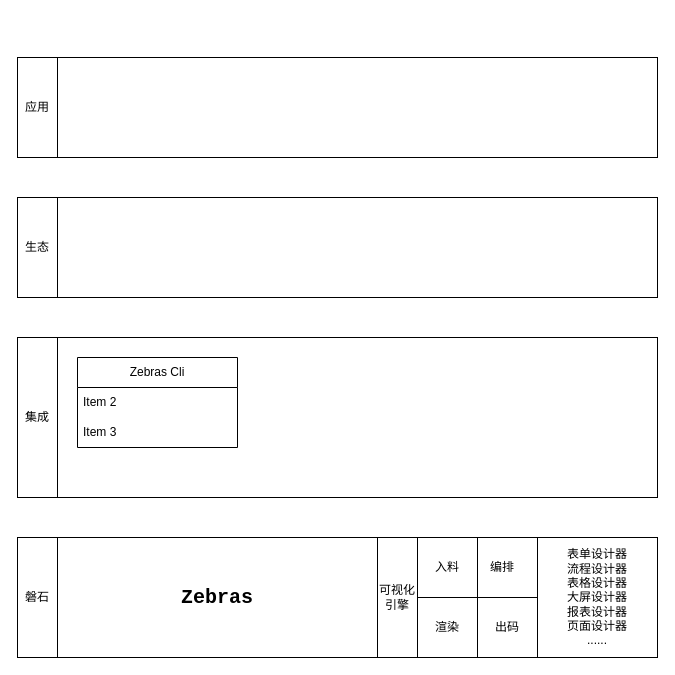
Earlier version of the draw.io diagram 低代码—架构.drawio (tangyaosimida/love). Source tidied: cells renumbered, new cells numbered last; positions are measured from the earlier drawing's top-left corner, leaving out a move shared by most shapes. Both pictures are drawn from the tidied source at 100%, with x=0, y=0 at pixel (17, 57).
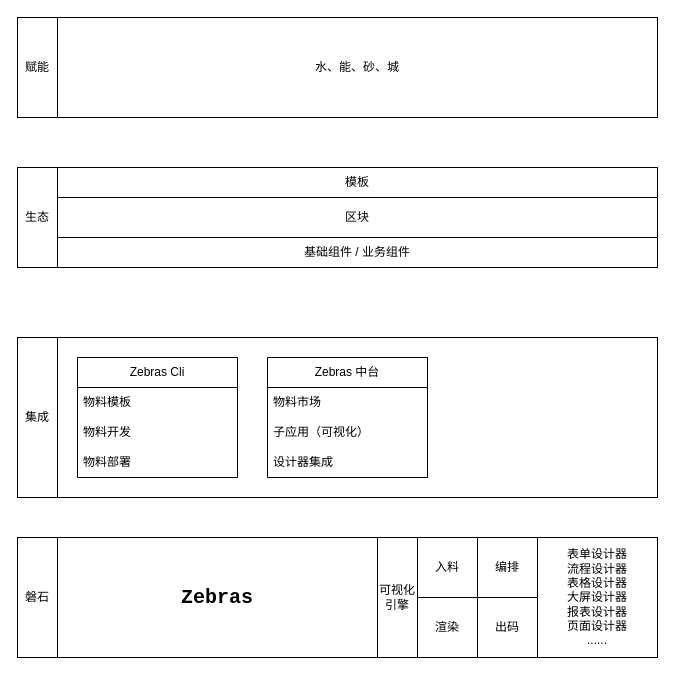
The same page after the edit.

Commit message (it also covers changes not shown here):
更新低代码—架构.drawio

What changed in the source:
```diff
@@
     <mxCell id="6" style="rounded=0;whiteSpace=wrap;html=1;" parent="1" vertex="1">
-      <mxGeometry x="40" y="140" width="600" height="100" as="geometry" />
+      <mxGeometry x="40" y="110" width="600" height="100" as="geometry" />
     </mxCell>
     <mxCell id="7" value="生态" style="rounded=0;whiteSpace=wrap;html=1;" parent="1" vertex="1">
-      <mxGeometry y="140" width="40" height="100" as="geometry" />
+      <mxGeometry y="110" width="40" height="100" as="geometry" />
     </mxCell>
-    <mxCell id="8" style="rounded=0;whiteSpace=wrap;html=1;" parent="1" vertex="1">
-      <mxGeometry x="40" width="600" height="100" as="geometry" />
+    <mxCell id="8" value="水、能、砂、城" style="rounded=0;whiteSpace=wrap;html=1;" parent="1" vertex="1">
+      <mxGeometry x="40" y="-40" width="600" height="100" as="geometry" />
     </mxCell>
-    <mxCell id="9" value="应用" style="rounded=0;whiteSpace=wrap;html=1;" parent="1" vertex="1">
-      <mxGeometry width="40" height="100" as="geometry" />
+    <mxCell id="9" value="赋能" style="rounded=0;whiteSpace=wrap;html=1;" parent="1" vertex="1">
+      <mxGeometry y="-40" width="40" height="100" as="geometry" />
     </mxCell>
@@
     <mxCell id="12" value="编排" style="rounded=0;whiteSpace=wrap;html=1;" parent="1" vertex="1">
-      <mxGeometry x="450" y="480" width="70" height="60" as="geometry" />
+      <mxGeometry x="460" y="480" width="60" height="60" as="geometry" />
     </mxCell>
@@
     <mxCell id="18" value="Zebras Cli" style="swimlane;fontStyle=0;horizontal=1;startSize=30;whiteSpace=wrap;html=1;" parent="1" vertex="1">
-      <mxGeometry x="60" y="300" width="160" height="90" as="geometry" />
+      <mxGeometry x="60" y="300" width="160" height="120" as="geometry" />
     </mxCell>
+    <mxCell id="21" value="物料模板" style="text;strokeColor=none;fillColor=none;align=left;verticalAlign=middle;spacingLeft=4;spacingRight=4;overflow=hidden;whiteSpace=wrap;html=1;" parent="18" vertex="1">
+      <mxGeometry y="30" width="160" height="30" as="geometry" />
+    </mxCell>
-    <mxCell id="19" value="Item 2" style="text;strokeColor=none;fillColor=none;align=left;verticalAlign=middle;spacingLeft=4;spacingRight=4;overflow=hidden;whiteSpace=wrap;html=1;" parent="18" vertex="1">
-      <mxGeometry y="30" width="160" height="30" as="geometry" />
+    <mxCell id="19" value="物料开发" style="text;strokeColor=none;fillColor=none;align=left;verticalAlign=middle;spacingLeft=4;spacingRight=4;overflow=hidden;whiteSpace=wrap;html=1;" parent="18" vertex="1">
+      <mxGeometry y="60" width="160" height="30" as="geometry" />
     </mxCell>
-    <mxCell id="20" value="Item 3" style="text;strokeColor=none;fillColor=none;align=left;verticalAlign=middle;spacingLeft=4;spacingRight=4;overflow=hidden;whiteSpace=wrap;html=1;" parent="18" vertex="1">
-      <mxGeometry y="60" width="160" height="30" as="geometry" />
+    <mxCell id="20" value="物料部署" style="text;strokeColor=none;fillColor=none;align=left;verticalAlign=middle;spacingLeft=4;spacingRight=4;overflow=hidden;whiteSpace=wrap;html=1;" parent="18" vertex="1">
+      <mxGeometry y="90" width="160" height="30" as="geometry" />
     </mxCell>
+    <mxCell id="22" value="Zebras 中台" style="swimlane;fontStyle=0;horizontal=1;startSize=30;whiteSpace=wrap;html=1;" parent="1" vertex="1">
+      <mxGeometry x="250" y="300" width="160" height="120" as="geometry" />
+    </mxCell>
+    <mxCell id="23" value="物料市场" style="text;strokeColor=none;fillColor=none;align=left;verticalAlign=middle;spacingLeft=4;spacingRight=4;overflow=hidden;whiteSpace=wrap;html=1;" parent="22" vertex="1">
+      <mxGeometry y="30" width="160" height="30" as="geometry" />
+    </mxCell>
+    <mxCell id="24" value="子应用（可视化）" style="text;strokeColor=none;fillColor=none;align=left;verticalAlign=middle;spacingLeft=4;spacingRight=4;overflow=hidden;whiteSpace=wrap;html=1;" parent="22" vertex="1">
+      <mxGeometry y="60" width="160" height="30" as="geometry" />
+    </mxCell>
+    <mxCell id="25" value="设计器集成" style="text;strokeColor=none;fillColor=none;align=left;verticalAlign=middle;spacingLeft=4;spacingRight=4;overflow=hidden;whiteSpace=wrap;html=1;" parent="22" vertex="1">
+      <mxGeometry y="90" width="160" height="30" as="geometry" />
+    </mxCell>
+    <mxCell id="26" value="模板" style="rounded=0;whiteSpace=wrap;html=1;" parent="1" vertex="1">
+      <mxGeometry x="40" y="110" width="600" height="30" as="geometry" />
+    </mxCell>
+    <mxCell id="27" value="区块" style="rounded=0;whiteSpace=wrap;html=1;" parent="1" vertex="1">
+      <mxGeometry x="40" y="140" width="600" height="40" as="geometry" />
+    </mxCell>
+    <mxCell id="28" value="基础组件 / 业务组件" style="rounded=0;whiteSpace=wrap;html=1;" parent="1" vertex="1">
+      <mxGeometry x="40" y="180" width="600" height="30" as="geometry" />
+    </mxCell>
```
